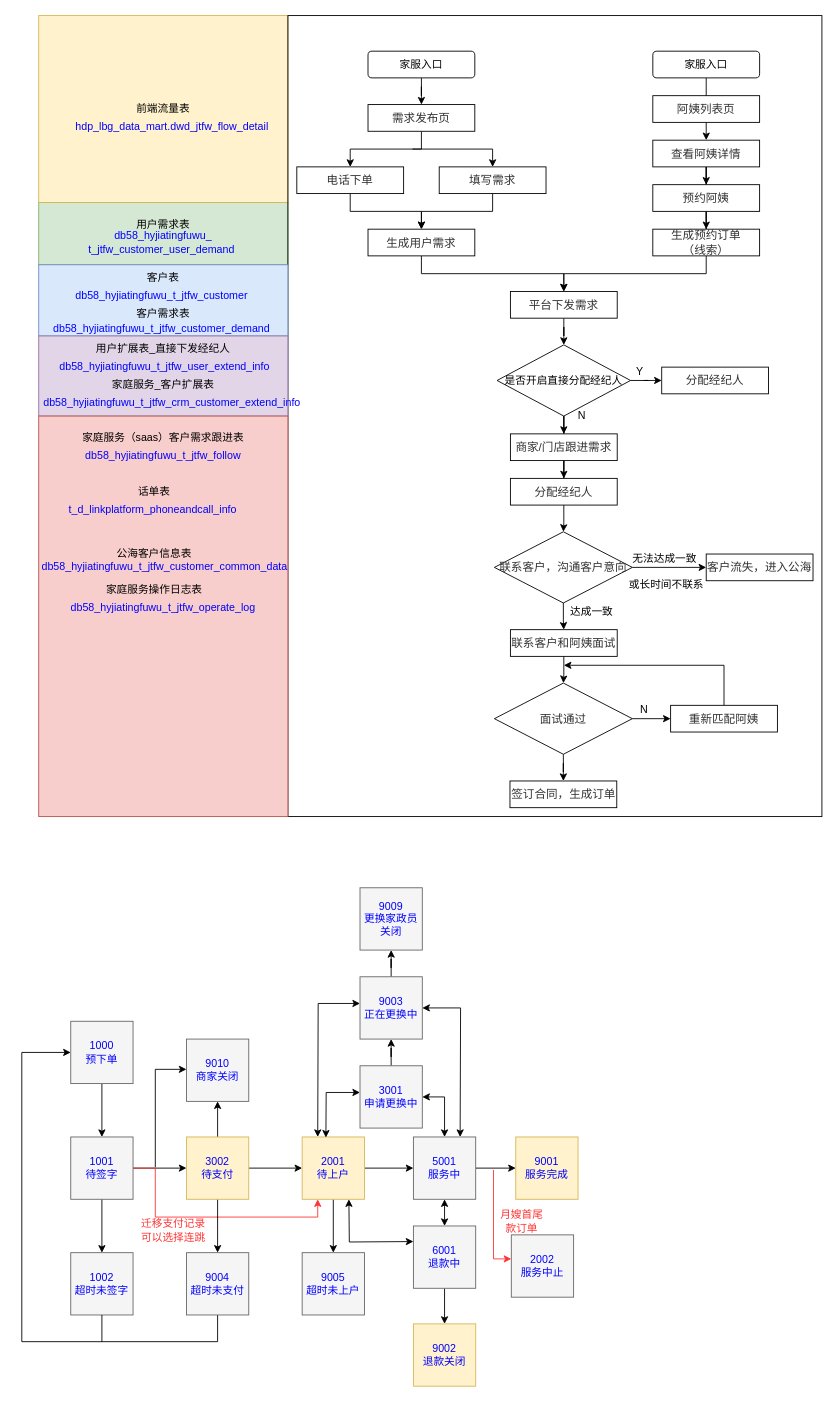
Liu-hs/- keeps this draw.io diagram as page "交易侧" (2 of 3) of 家庭服务.drawio. Above is the earlier version. Source tidied: cells renumbered, new cells numbered last; positions are measured from the earlier drawing's top-left corner, leaving out a move shared by most shapes. Both pictures are drawn from the tidied source at 89%, with x=0, y=0 at pixel (21, 15).
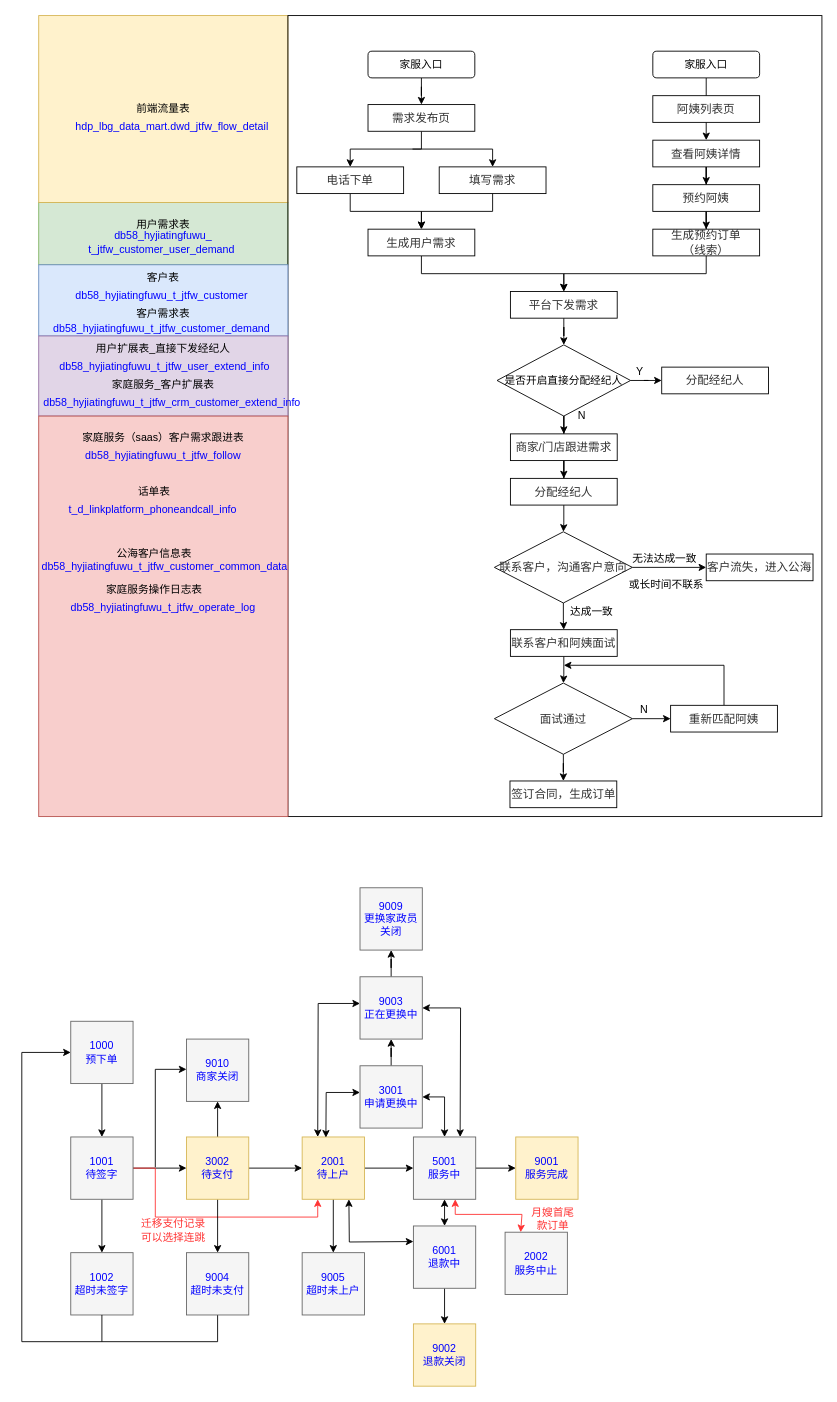
After the change.

The change refers to these unchanged cells:
```xml
<mxCell id="103" value="&lt;font color=&quot;#0000ff&quot;&gt;5001&lt;br&gt;服务中&lt;br&gt;&lt;/font&gt;" style="whiteSpace=wrap;html=1;labelBackgroundColor=none;fontFamily=Helvetica;fontSize=12;fontColor=#333333;strokeWidth=1;fillColor=#f5f5f5;strokeColor=#666666;" parent="1" vertex="1">
  <mxGeometry x="440" y="1260" width="70" height="70" as="geometry" />
</mxCell>
<mxCell id="104" value="&lt;font color=&quot;#0000ff&quot;&gt;9001&lt;br&gt;服务完成&lt;br&gt;&lt;/font&gt;" style="whiteSpace=wrap;html=1;labelBackgroundColor=none;fontFamily=Helvetica;fontSize=12;strokeWidth=1;fillColor=#fff2cc;strokeColor=#d6b656;" parent="1" vertex="1">
  <mxGeometry x="555" y="1260" width="70" height="70" as="geometry" />
</mxCell>
```

Diff of the diagram source:
```diff
@@
-    <mxCell id="102" style="edgeStyle=orthogonalEdgeStyle;rounded=0;jettySize=auto;html=1;fontFamily=Helvetica;fontSize=12;fontColor=#FF3333;strokeColor=#000000;" parent="1" edge="1" source="103" target="104">
+    <mxCell id="102" style="edgeStyle=orthogonalEdgeStyle;rounded=0;jettySize=auto;html=1;strokeColor=#000000;" parent="1" edge="1" source="103" target="104">
       <mxGeometry relative="1" as="geometry" />
     </mxCell>
@@
     <mxCell id="119" value="&lt;font color=&quot;#0000ff&quot;&gt;2002&lt;br&gt;服务中止&lt;br&gt;&lt;/font&gt;" style="whiteSpace=wrap;html=1;labelBackgroundColor=none;fontFamily=Helvetica;fontSize=12;fontColor=#333333;strokeWidth=1;fillColor=#f5f5f5;strokeColor=#666666;" parent="1" vertex="1">
-      <mxGeometry x="550" y="1370" width="70" height="70" as="geometry" />
+      <mxGeometry x="543" y="1367" width="70" height="70" as="geometry" />
     </mxCell>
-    <mxCell id="120" style="endArrow=classic;html=1;rounded=0;fontFamily=Helvetica;fontSize=12;fontColor=#FF3333;strokeColor=#FF3333;" parent="1" edge="1">
-      <mxGeometry relative="1" as="geometry">
-        <mxPoint x="530" y="1297" as="sourcePoint" />
-        <mxPoint x="550" y="1397" as="targetPoint" />
-        <Array as="points">
-          <mxPoint x="530" y="1397" />
-        </Array>
-      </mxGeometry>
-    </mxCell>
     <mxCell id="121" value="月嫂首尾款订单" style="text;html=1;strokeColor=none;fillColor=none;align=center;verticalAlign=middle;whiteSpace=wrap;rounded=0;labelBackgroundColor=none;fontFamily=Helvetica;fontSize=12;fontColor=#FF3333;" parent="1" vertex="1">
-      <mxGeometry x="532" y="1340" width="60" height="30" as="geometry" />
+      <mxGeometry x="567" y="1337" width="60" height="30" as="geometry" />
     </mxCell>
+    <mxCell id="122" style="endArrow=classic;startArrow=classic;html=1;rounded=0;entryX=0.25;entryY=0;entryDx=0;entryDy=0;strokeColor=#FF3333;" parent="1" edge="1" target="119">
+      <mxGeometry relative="1" as="geometry">
+        <mxPoint x="487" y="1330" as="sourcePoint" />
+        <Array as="points">
+          <mxPoint x="487" y="1347" />
+          <mxPoint x="562" y="1347" />
+        </Array>
+      </mxGeometry>
+    </mxCell>
```
